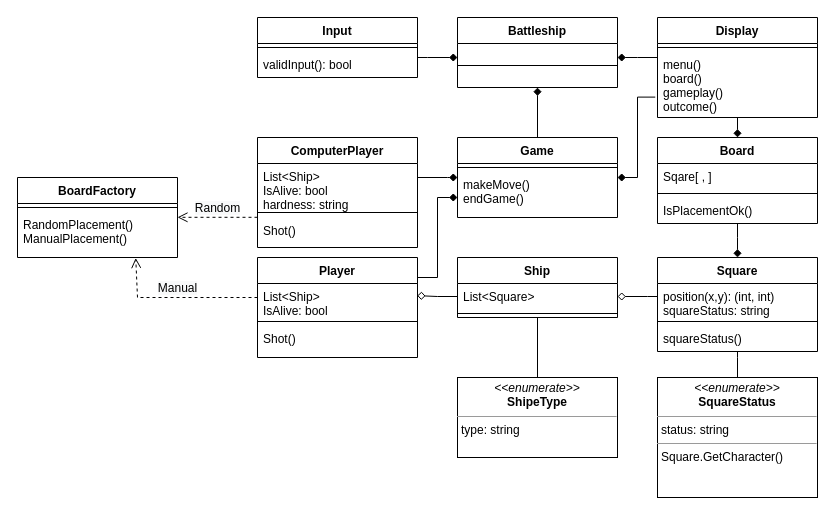
Before: battleship diagram.drawio.xml in polandrea/polandrea, a draw.io diagram. Source tidied: cells renumbered, new cells numbered last; positions are measured from the earlier drawing's top-left corner, leaving out a move shared by most shapes. Both pictures are drawn from the tidied source at 100%, with x=0, y=0 at pixel (17, 17).
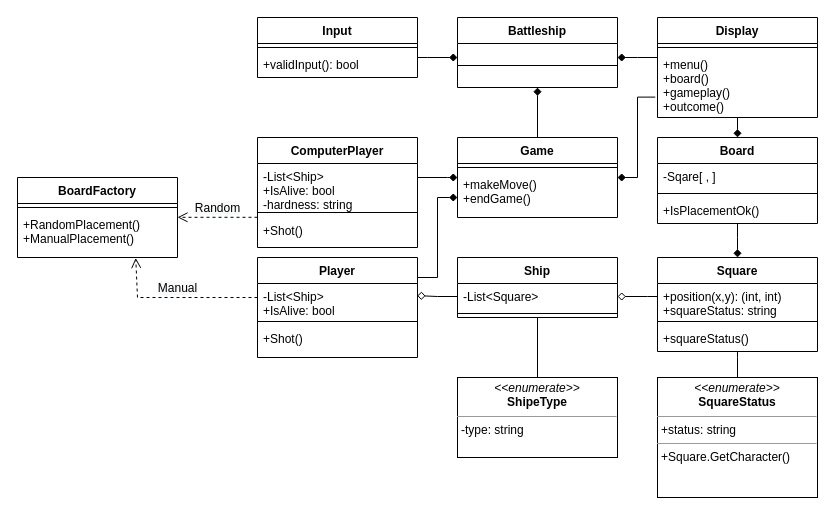
The same diagram, later.

Unchanged cells that the change refers to:
```xml
<mxCell id="2" value="Input" style="swimlane;fontStyle=1;align=center;verticalAlign=top;horizontal=1;startSize=26;" parent="1" vertex="1">
  <mxGeometry x="240" width="160" height="60" as="geometry" />
</mxCell>
<mxCell id="5" value="Player" style="swimlane;fontStyle=1;align=center;verticalAlign=top;horizontal=1;startSize=26;" parent="1" vertex="1">
  <mxGeometry x="240" y="240" width="160" height="100" as="geometry" />
</mxCell>
<mxCell id="10" value="Board" style="swimlane;fontStyle=1;align=center;verticalAlign=top;horizontal=1;startSize=26;" parent="1" vertex="1">
  <mxGeometry x="640" y="120" width="160" height="86" as="geometry" />
</mxCell>
<mxCell id="14" value="Display" style="swimlane;fontStyle=1;align=center;verticalAlign=top;horizontal=1;startSize=26;" parent="1" vertex="1">
  <mxGeometry x="640" width="160" height="100" as="geometry" />
</mxCell>
<mxCell id="19" value="Game" style="swimlane;fontStyle=1;align=center;verticalAlign=top;horizontal=1;startSize=26;" parent="1" vertex="1">
  <mxGeometry x="440" y="120" width="160" height="80" as="geometry" />
</mxCell>
<mxCell id="22" value="ComputerPlayer" style="swimlane;fontStyle=1;align=center;verticalAlign=top;horizontal=1;startSize=26;" parent="1" vertex="1">
  <mxGeometry x="240" y="120" width="160" height="110" as="geometry" />
</mxCell>
<mxCell id="26" value="BoardFactory" style="swimlane;fontStyle=1;align=center;verticalAlign=top;horizontal=1;startSize=26;" parent="1" vertex="1">
  <mxGeometry y="160" width="160" height="80" as="geometry" />
</mxCell>
<mxCell id="29" value="Ship" style="swimlane;fontStyle=1;align=center;verticalAlign=top;horizontal=1;startSize=26;" parent="1" vertex="1">
  <mxGeometry x="440" y="240" width="160" height="60" as="geometry" />
</mxCell>
<mxCell id="33" value="Square" style="swimlane;fontStyle=1;align=center;verticalAlign=top;horizontal=1;startSize=26;" parent="1" vertex="1">
  <mxGeometry x="640" y="240" width="160" height="94" as="geometry" />
</mxCell>
```

Diff of the diagram source:
```diff
@@
-    <mxCell id="4" value="validInput(): bool" style="text;strokeColor=none;fillColor=none;align=left;verticalAlign=top;spacingLeft=4;spacingRight=4;overflow=hidden;points=[[0,0.5],[1,0.5]];portConstraint=eastwest;" parent="2" vertex="1">
+    <mxCell id="4" value="+validInput(): bool" style="text;strokeColor=none;fillColor=none;align=left;verticalAlign=top;spacingLeft=4;spacingRight=4;overflow=hidden;points=[[0,0.5],[1,0.5]];portConstraint=eastwest;" parent="2" vertex="1">
       <mxGeometry y="34" width="160" height="26" as="geometry" />
     </mxCell>
@@
-    <mxCell id="6" value="List&lt;Ship&gt;&#10;IsAlive: bool" style="text;strokeColor=none;fillColor=none;align=left;verticalAlign=top;spacingLeft=4;spacingRight=4;overflow=hidden;points=[[0,0.5],[1,0.5]];portConstraint=eastwest;" parent="5" vertex="1">
+    <mxCell id="6" value="-List&lt;Ship&gt;&#10;+IsAlive: bool" style="text;strokeColor=none;fillColor=none;align=left;verticalAlign=top;spacingLeft=4;spacingRight=4;overflow=hidden;points=[[0,0.5],[1,0.5]];portConstraint=eastwest;" parent="5" vertex="1">
       <mxGeometry y="26" width="160" height="34" as="geometry" />
     </mxCell>
@@
-    <mxCell id="8" value="Shot()" style="text;strokeColor=none;fillColor=none;align=left;verticalAlign=top;spacingLeft=4;spacingRight=4;overflow=hidden;" parent="5" vertex="1">
+    <mxCell id="8" value="+Shot()" style="text;strokeColor=none;fillColor=none;align=left;verticalAlign=top;spacingLeft=4;spacingRight=4;overflow=hidden;" parent="5" vertex="1">
       <mxGeometry y="68" width="160" height="32" as="geometry" />
     </mxCell>
@@
-    <mxCell id="11" value="Sqare[ , ]" style="text;strokeColor=none;fillColor=none;align=left;verticalAlign=top;spacingLeft=4;spacingRight=4;overflow=hidden;" parent="10" vertex="1">
+    <mxCell id="11" value="-Sqare[ , ]" style="text;strokeColor=none;fillColor=none;align=left;verticalAlign=top;spacingLeft=4;spacingRight=4;overflow=hidden;" parent="10" vertex="1">
       <mxGeometry y="26" width="160" height="26" as="geometry" />
     </mxCell>
@@
-    <mxCell id="13" value="IsPlacementOk()" style="text;strokeColor=none;fillColor=none;align=left;verticalAlign=top;spacingLeft=4;spacingRight=4;overflow=hidden;points=[[0,0.5],[1,0.5]];portConstraint=eastwest;" parent="10" vertex="1">
+    <mxCell id="13" value="+IsPlacementOk()" style="text;strokeColor=none;fillColor=none;align=left;verticalAlign=top;spacingLeft=4;spacingRight=4;overflow=hidden;points=[[0,0.5],[1,0.5]];portConstraint=eastwest;" parent="10" vertex="1">
       <mxGeometry y="60" width="160" height="26" as="geometry" />
     </mxCell>
@@
-    <mxCell id="16" value="menu()&#10;board()&#10;gameplay()&#10;outcome()" style="text;strokeColor=none;fillColor=none;align=left;verticalAlign=top;spacingLeft=4;spacingRight=4;overflow=hidden;points=[[0,0.5],[1,0.5]];portConstraint=eastwest;" parent="14" vertex="1">
+    <mxCell id="16" value="+menu()&#10;+board()&#10;+gameplay()&#10;+outcome()" style="text;strokeColor=none;fillColor=none;align=left;verticalAlign=top;spacingLeft=4;spacingRight=4;overflow=hidden;points=[[0,0.5],[1,0.5]];portConstraint=eastwest;" parent="14" vertex="1">
       <mxGeometry y="34" width="160" height="66" as="geometry" />
     </mxCell>
@@
-    <mxCell id="21" value="makeMove()&#10;endGame()" style="text;strokeColor=none;fillColor=none;align=left;verticalAlign=top;spacingLeft=4;spacingRight=4;overflow=hidden;points=[[0,0.5],[1,0.5]];portConstraint=eastwest;" parent="19" vertex="1">
+    <mxCell id="21" value="+makeMove()&#10;+endGame()" style="text;strokeColor=none;fillColor=none;align=left;verticalAlign=top;spacingLeft=4;spacingRight=4;overflow=hidden;points=[[0,0.5],[1,0.5]];portConstraint=eastwest;" parent="19" vertex="1">
       <mxGeometry y="34" width="160" height="46" as="geometry" />
     </mxCell>
@@
-    <mxCell id="23" value="List&lt;Ship&gt;&#10;IsAlive: bool&#10;hardness: string" style="text;strokeColor=none;fillColor=none;align=left;verticalAlign=top;spacingLeft=4;spacingRight=4;overflow=hidden;points=[[0,0.5],[1,0.5]];portConstraint=eastwest;" parent="22" vertex="1">
+    <mxCell id="23" value="-List&lt;Ship&gt;&#10;+IsAlive: bool&#10;-hardness: string" style="text;strokeColor=none;fillColor=none;align=left;verticalAlign=top;spacingLeft=4;spacingRight=4;overflow=hidden;points=[[0,0.5],[1,0.5]];portConstraint=eastwest;" parent="22" vertex="1">
       <mxGeometry y="26" width="160" height="44" as="geometry" />
     </mxCell>
@@
-    <mxCell id="25" value="Shot()" style="text;strokeColor=none;fillColor=none;align=left;verticalAlign=top;spacingLeft=4;spacingRight=4;overflow=hidden;" parent="22" vertex="1">
+    <mxCell id="25" value="+Shot()" style="text;strokeColor=none;fillColor=none;align=left;verticalAlign=top;spacingLeft=4;spacingRight=4;overflow=hidden;" parent="22" vertex="1">
       <mxGeometry y="80" width="160" height="30" as="geometry" />
     </mxCell>
@@
-    <mxCell id="28" value="RandomPlacement()&#10;ManualPlacement()" style="text;strokeColor=none;fillColor=none;align=left;verticalAlign=top;spacingLeft=4;spacingRight=4;overflow=hidden;points=[[0,0.5],[1,0.5]];portConstraint=eastwest;" parent="26" vertex="1">
+    <mxCell id="28" value="+RandomPlacement()&#10;+ManualPlacement()" style="text;strokeColor=none;fillColor=none;align=left;verticalAlign=top;spacingLeft=4;spacingRight=4;overflow=hidden;points=[[0,0.5],[1,0.5]];portConstraint=eastwest;" parent="26" vertex="1">
       <mxGeometry y="34" width="160" height="46" as="geometry" />
     </mxCell>
@@
-    <mxCell id="30" value="List&lt;Square&gt;" style="text;strokeColor=none;fillColor=none;align=left;verticalAlign=top;spacingLeft=4;spacingRight=4;overflow=hidden;points=[[0,0.5],[1,0.5]];portConstraint=eastwest;" parent="29" vertex="1">
+    <mxCell id="30" value="-List&lt;Square&gt;" style="text;strokeColor=none;fillColor=none;align=left;verticalAlign=top;spacingLeft=4;spacingRight=4;overflow=hidden;points=[[0,0.5],[1,0.5]];portConstraint=eastwest;" parent="29" vertex="1">
       <mxGeometry y="26" width="160" height="26" as="geometry" />
     </mxCell>
@@
-    <mxCell id="34" value="position(x,y): (int, int)&#10;squareStatus: string" style="text;strokeColor=none;fillColor=none;align=left;verticalAlign=top;spacingLeft=4;spacingRight=4;overflow=hidden;points=[[0,0.5],[1,0.5]];portConstraint=eastwest;" parent="33" vertex="1">
+    <mxCell id="34" value="+position(x,y): (int, int)&#10;+squareStatus: string" style="text;strokeColor=none;fillColor=none;align=left;verticalAlign=top;spacingLeft=4;spacingRight=4;overflow=hidden;points=[[0,0.5],[1,0.5]];portConstraint=eastwest;" parent="33" vertex="1">
       <mxGeometry y="26" width="160" height="34" as="geometry" />
     </mxCell>
@@
-    <mxCell id="36" value="squareStatus()" style="text;strokeColor=none;fillColor=none;align=left;verticalAlign=top;spacingLeft=4;spacingRight=4;overflow=hidden;points=[[0,0.5],[1,0.5]];portConstraint=eastwest;" parent="33" vertex="1">
+    <mxCell id="36" value="+squareStatus()" style="text;strokeColor=none;fillColor=none;align=left;verticalAlign=top;spacingLeft=4;spacingRight=4;overflow=hidden;points=[[0,0.5],[1,0.5]];portConstraint=eastwest;" parent="33" vertex="1">
       <mxGeometry y="68" width="160" height="26" as="geometry" />
     </mxCell>
@@
-    <mxCell id="40" value="&lt;p style=&quot;margin:0px;margin-top:4px;text-align:center;&quot;&gt;&lt;i&gt;&amp;lt;&amp;lt;enumerate&amp;gt;&amp;gt;&lt;/i&gt;&lt;br&gt;&lt;b&gt;ShipeType&lt;/b&gt;&lt;/p&gt;&lt;hr size=&quot;1&quot;&gt;&lt;p style=&quot;margin:0px;margin-left:4px;&quot;&gt;type: string&lt;/p&gt;" style="verticalAlign=top;align=left;overflow=fill;fontSize=12;fontFamily=Helvetica;html=1;" parent="1" vertex="1">
+    <mxCell id="40" value="&lt;p style=&quot;margin:0px;margin-top:4px;text-align:center;&quot;&gt;&lt;i&gt;&amp;lt;&amp;lt;enumerate&amp;gt;&amp;gt;&lt;/i&gt;&lt;br&gt;&lt;b&gt;ShipeType&lt;/b&gt;&lt;/p&gt;&lt;hr size=&quot;1&quot;&gt;&lt;p style=&quot;margin:0px;margin-left:4px;&quot;&gt;-type: string&lt;/p&gt;" style="verticalAlign=top;align=left;overflow=fill;fontSize=12;fontFamily=Helvetica;html=1;" parent="1" vertex="1">
       <mxGeometry x="440" y="360" width="160" height="80" as="geometry" />
     </mxCell>
@@
-    <mxCell id="42" value="&lt;p style=&quot;margin:0px;margin-top:4px;text-align:center;&quot;&gt;&lt;i&gt;&amp;lt;&amp;lt;enumerate&amp;gt;&amp;gt;&lt;/i&gt;&lt;br&gt;&lt;span style=&quot;font-weight: 700;&quot;&gt;SquareStatus&lt;/span&gt;&lt;br&gt;&lt;/p&gt;&lt;hr size=&quot;1&quot;&gt;&lt;p style=&quot;margin:0px;margin-left:4px;&quot;&gt;status: string&lt;br&gt;&lt;/p&gt;&lt;hr size=&quot;1&quot;&gt;&lt;p style=&quot;margin:0px;margin-left:4px;&quot;&gt;Square.GetCharacter()&lt;br&gt;&lt;/p&gt;" style="verticalAlign=top;align=left;overflow=fill;fontSize=12;fontFamily=Helvetica;html=1;" parent="1" vertex="1">
+    <mxCell id="42" value="&lt;p style=&quot;margin:0px;margin-top:4px;text-align:center;&quot;&gt;&lt;i&gt;&amp;lt;&amp;lt;enumerate&amp;gt;&amp;gt;&lt;/i&gt;&lt;br&gt;&lt;span style=&quot;font-weight: 700;&quot;&gt;SquareStatus&lt;/span&gt;&lt;br&gt;&lt;/p&gt;&lt;hr size=&quot;1&quot;&gt;&lt;p style=&quot;margin:0px;margin-left:4px;&quot;&gt;+status: string&lt;br&gt;&lt;/p&gt;&lt;hr size=&quot;1&quot;&gt;&lt;p style=&quot;margin:0px;margin-left:4px;&quot;&gt;+Square.GetCharacter()&lt;br&gt;&lt;/p&gt;" style="verticalAlign=top;align=left;overflow=fill;fontSize=12;fontFamily=Helvetica;html=1;" parent="1" vertex="1">
       <mxGeometry x="640" y="360" width="160" height="120" as="geometry" />
     </mxCell>
```
